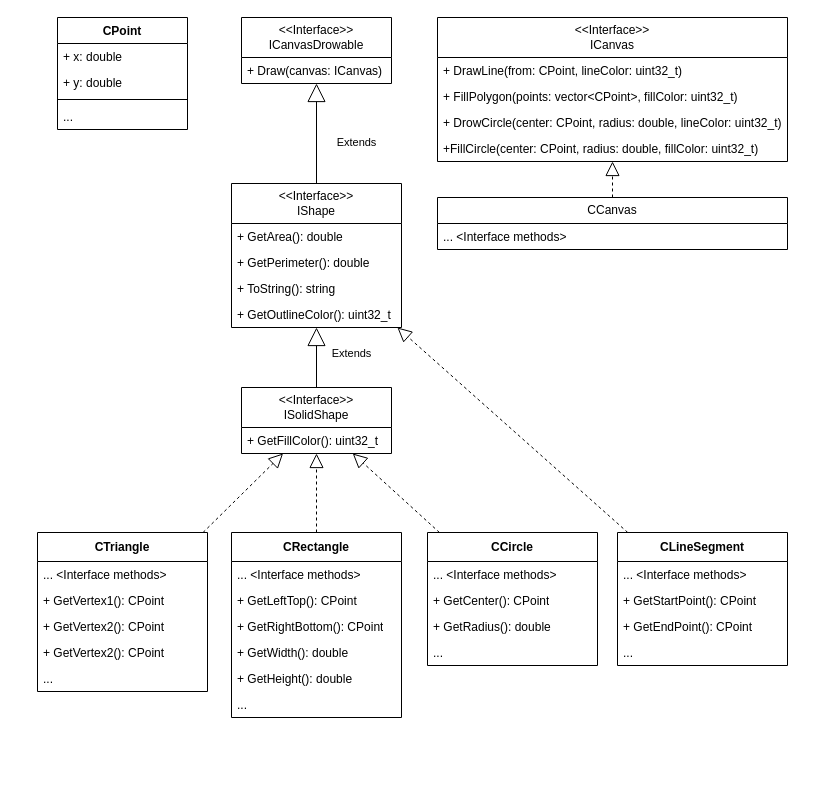
Before: lw4/shape/uml.drawio in mr-ale141/OOP, a draw.io diagram. Source tidied: cells renumbered, new cells numbered last; positions are measured from the earlier drawing's top-left corner, leaving out a move shared by most shapes. Both pictures are drawn from the tidied source at 100%, with x=0, y=0 at pixel (37, 17).
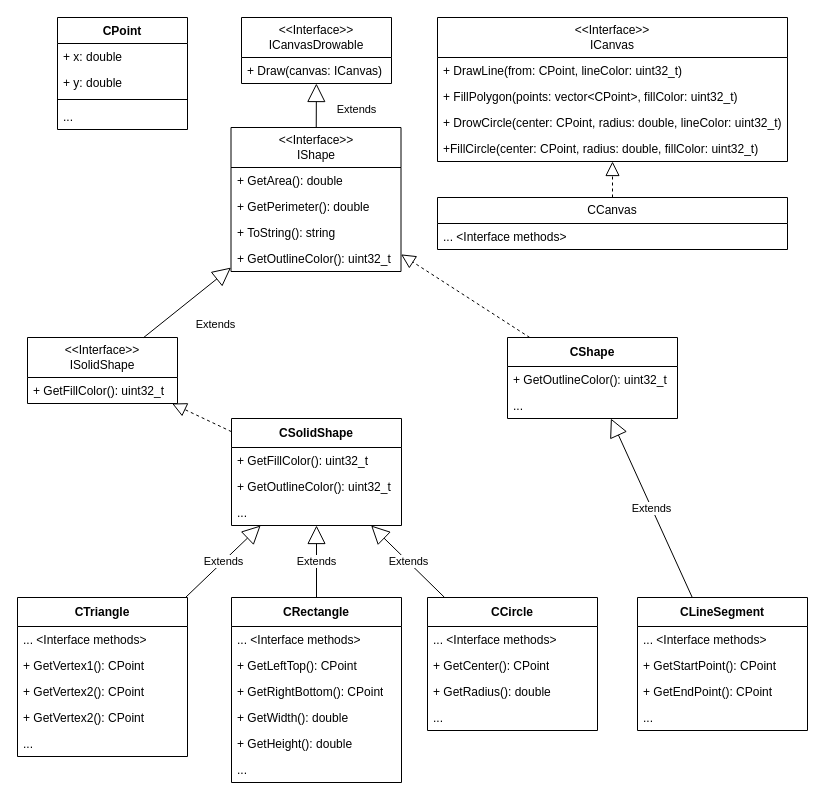
After the change.

Diff of the diagram source:
```diff
@@
     <mxCell id="17" value="&lt;div&gt;&amp;lt;&amp;lt;Interface&amp;gt;&amp;gt;&lt;/div&gt;IShape" style="swimlane;fontStyle=0;horizontal=1;startSize=40;fillColor=none;whiteSpace=wrap;html=1;" parent="1" vertex="1">
-      <mxGeometry x="194" y="166" width="170" height="144" as="geometry" />
+      <mxGeometry x="193.5" y="110" width="170" height="144" as="geometry" />
     </mxCell>
@@
     <mxCell id="23" value="&lt;div&gt;&amp;lt;&amp;lt;Interface&amp;gt;&amp;gt;&lt;/div&gt;ISolidShape" style="swimlane;fontStyle=0;horizontal=1;startSize=40;fillColor=none;whiteSpace=wrap;html=1;" parent="1" vertex="1">
-      <mxGeometry x="204" y="370" width="150" height="66" as="geometry" />
+      <mxGeometry x="-10" y="320" width="150" height="66" as="geometry" />
     </mxCell>
@@
     <mxCell id="26" value="&lt;span style=&quot;font-weight: 700;&quot;&gt;CLineSegment&lt;/span&gt;&lt;div&gt;&lt;/div&gt;" style="swimlane;fontStyle=0;horizontal=1;startSize=29;fillColor=none;whiteSpace=wrap;html=1;" parent="1" vertex="1">
-      <mxGeometry x="580" y="515" width="170" height="133" as="geometry" />
+      <mxGeometry x="600" y="580" width="170" height="133" as="geometry" />
     </mxCell>
@@
-    <mxCell id="31" style="endArrow=block;dashed=1;endFill=0;endSize=12;html=1;rounded=0;" parent="1" edge="1" source="26" target="17">
-      <mxGeometry relative="1" as="geometry" />
-    </mxCell>
     <mxCell id="32" value="&lt;span style=&quot;font-weight: 700;&quot;&gt;CTriangle&lt;/span&gt;&lt;div&gt;&lt;/div&gt;" style="swimlane;fontStyle=0;horizontal=1;startSize=29;fillColor=none;whiteSpace=wrap;html=1;" parent="1" vertex="1">
-      <mxGeometry y="515" width="170" height="159" as="geometry" />
+      <mxGeometry x="-20" y="580" width="170" height="159" as="geometry" />
     </mxCell>
@@
-    <mxCell id="38" style="endArrow=block;dashed=1;endFill=0;endSize=12;html=1;rounded=0;" parent="1" edge="1" source="32" target="23">
-      <mxGeometry relative="1" as="geometry" />
-    </mxCell>
     <mxCell id="39" value="&lt;span style=&quot;font-weight: 700;&quot;&gt;CRectangle&lt;/span&gt;&lt;div&gt;&lt;/div&gt;" style="swimlane;fontStyle=0;horizontal=1;startSize=29;fillColor=none;whiteSpace=wrap;html=1;" parent="1" vertex="1">
-      <mxGeometry x="194" y="515" width="170" height="185" as="geometry" />
+      <mxGeometry x="194" y="580" width="170" height="185" as="geometry" />
     </mxCell>
@@
     <mxCell id="46" value="&lt;span style=&quot;font-weight: 700;&quot;&gt;CCircle&lt;/span&gt;&lt;div&gt;&lt;/div&gt;" style="swimlane;fontStyle=0;horizontal=1;startSize=29;fillColor=none;whiteSpace=wrap;html=1;" parent="1" vertex="1">
-      <mxGeometry x="390" y="515" width="170" height="133" as="geometry" />
+      <mxGeometry x="390" y="580" width="170" height="133" as="geometry" />
     </mxCell>
@@
-    <mxCell id="51" style="endArrow=block;dashed=1;endFill=0;endSize=12;html=1;rounded=0;" parent="1" edge="1" source="39" target="23">
-      <mxGeometry relative="1" as="geometry" />
-    </mxCell>
-    <mxCell id="52" style="endArrow=block;dashed=1;endFill=0;endSize=12;html=1;rounded=0;" parent="1" edge="1" source="46" target="23">
-      <mxGeometry relative="1" as="geometry" />
-    </mxCell>
+    <mxCell id="53" value="&lt;span style=&quot;font-weight: 700;&quot;&gt;CSolidShape&lt;/span&gt;&lt;div&gt;&lt;/div&gt;" style="swimlane;fontStyle=0;horizontal=1;startSize=29;fillColor=none;whiteSpace=wrap;html=1;" parent="1" vertex="1">
+      <mxGeometry x="194" y="401" width="170" height="107" as="geometry" />
+    </mxCell>
+    <mxCell id="54" value="+ GetFillColor(): uint32_t" style="text;strokeColor=none;fillColor=none;align=left;verticalAlign=top;spacingLeft=4;spacingRight=4;overflow=hidden;whiteSpace=wrap;html=1;" parent="53" vertex="1">
+      <mxGeometry y="29" width="170" height="26" as="geometry" />
+    </mxCell>
+    <mxCell id="55" value="+ GetOutlineColor(): uint32_t" style="text;strokeColor=none;fillColor=none;align=left;verticalAlign=top;spacingLeft=4;spacingRight=4;overflow=hidden;whiteSpace=wrap;html=1;" parent="53" vertex="1">
+      <mxGeometry y="55" width="170" height="26" as="geometry" />
+    </mxCell>
+    <mxCell id="56" value="..." style="text;strokeColor=none;fillColor=none;align=left;verticalAlign=top;spacingLeft=4;spacingRight=4;overflow=hidden;whiteSpace=wrap;html=1;" parent="53" vertex="1">
+      <mxGeometry y="81" width="170" height="26" as="geometry" />
+    </mxCell>
+    <mxCell id="57" value="&lt;span style=&quot;font-weight: 700;&quot;&gt;CShape&lt;/span&gt;&lt;div&gt;&lt;/div&gt;" style="swimlane;fontStyle=0;horizontal=1;startSize=29;fillColor=none;whiteSpace=wrap;html=1;" parent="1" vertex="1">
+      <mxGeometry x="470" y="320" width="170" height="81" as="geometry" />
+    </mxCell>
+    <mxCell id="58" value="+ GetOutlineColor(): uint32_t" style="text;strokeColor=none;fillColor=none;align=left;verticalAlign=top;spacingLeft=4;spacingRight=4;overflow=hidden;whiteSpace=wrap;html=1;" parent="57" vertex="1">
+      <mxGeometry y="29" width="170" height="26" as="geometry" />
+    </mxCell>
+    <mxCell id="59" value="..." style="text;strokeColor=none;fillColor=none;align=left;verticalAlign=top;spacingLeft=4;spacingRight=4;overflow=hidden;whiteSpace=wrap;html=1;" parent="57" vertex="1">
+      <mxGeometry y="55" width="170" height="26" as="geometry" />
+    </mxCell>
+    <mxCell id="60" style="endArrow=block;dashed=1;endFill=0;endSize=12;html=1;rounded=0;" parent="1" edge="1" source="53" target="23">
+      <mxGeometry relative="1" as="geometry" />
+    </mxCell>
+    <mxCell id="61" style="endArrow=block;dashed=1;endFill=0;endSize=12;html=1;rounded=0;" parent="1" edge="1" source="57" target="17">
+      <mxGeometry relative="1" as="geometry" />
+    </mxCell>
+    <mxCell id="62" value="Extends" style="endArrow=block;endSize=16;endFill=0;html=1;rounded=0;" parent="1" edge="1" source="32" target="53">
+      <mxGeometry relative="1" as="geometry" />
+    </mxCell>
+    <mxCell id="63" value="Extends" style="endArrow=block;endSize=16;endFill=0;html=1;rounded=0;" parent="1" edge="1" source="39" target="53">
+      <mxGeometry relative="1" as="geometry" />
+    </mxCell>
+    <mxCell id="64" value="Extends" style="endArrow=block;endSize=16;endFill=0;html=1;rounded=0;" parent="1" edge="1" source="46" target="53">
+      <mxGeometry relative="1" as="geometry" />
+    </mxCell>
+    <mxCell id="65" value="Extends" style="endArrow=block;endSize=16;endFill=0;html=1;rounded=0;" parent="1" edge="1" source="26" target="57">
+      <mxGeometry relative="1" as="geometry" />
+    </mxCell>
```
